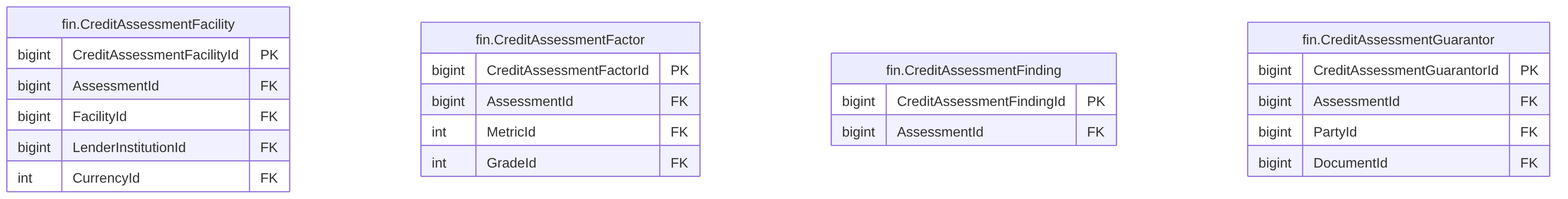
This is treasury-platform/docs/diagrams/erd/m5_financials_3.png from thawrasy/smartlines, a Mermaid export, as it was before one commit. Its source is kept beside it as treasury-platform/docs/diagrams/erd/m5_financials_3.mmd.
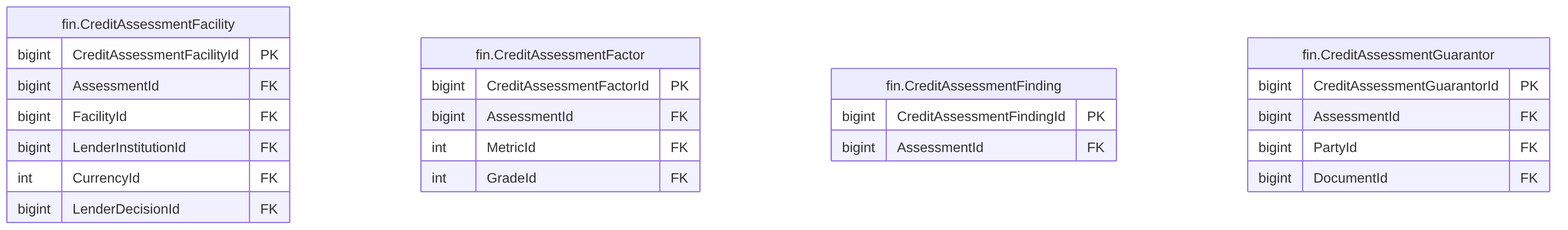
The same diagram one commit later.

Diff of the diagram source:
```diff
@@ -5,6 +5,7 @@
     bigint FacilityId FK
     bigint LenderInstitutionId FK
     int CurrencyId FK
+    bigint LenderDecisionId FK
   }
   fin_CreditAssessmentFactor["fin.CreditAssessmentFactor"] {
     bigint CreditAssessmentFactorId PK
```
